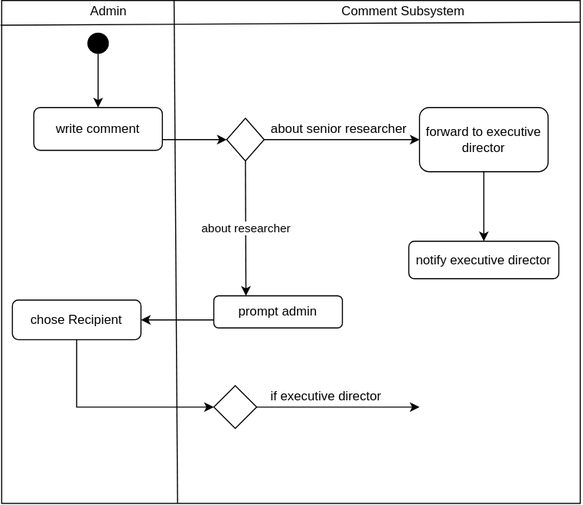
The draw.io diagram Admin_Commenting.svg in samuelpilusa365/myRepo, before a commit. Source tidied: cells renumbered, new cells last; positions are measured from the earlier drawing's top-left corner, leaving out a move shared by most shapes.
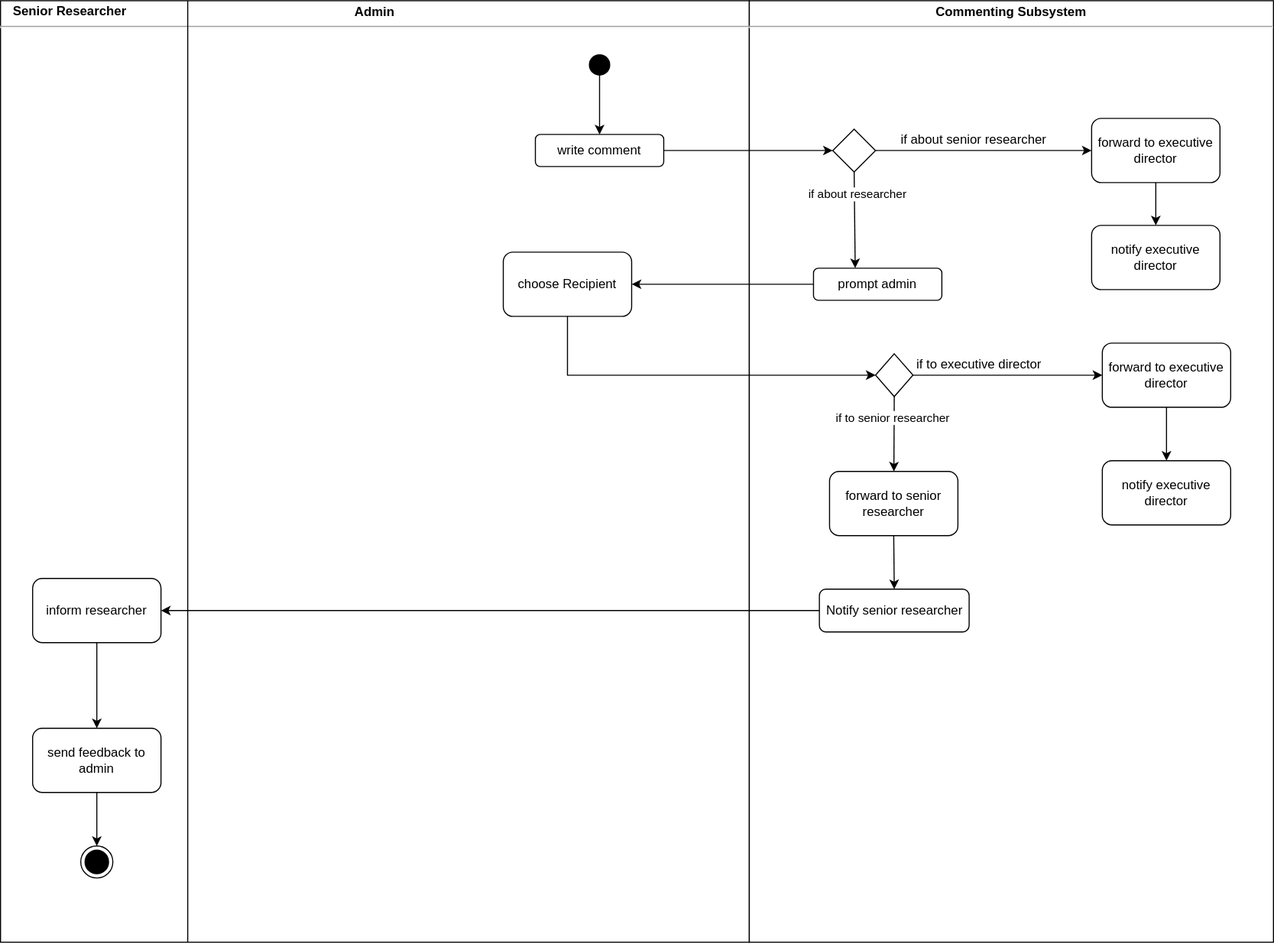
Later version of the same file.

What changed in the source:
```diff
@@ -2,83 +2,120 @@
   <root>
     <mxCell id="0" />
     <mxCell id="1" parent="0" />
-    <mxCell id="2" style="rounded=0;whiteSpace=wrap;html=1;" parent="1" vertex="1">
-      <mxGeometry width="540" height="470" as="geometry" />
-    </mxCell>
-    <mxCell id="3" style="endArrow=none;html=1;entryX=1;entryY=0.043;entryDx=0;entryDy=0;entryPerimeter=0;exitX=-0.002;exitY=0.049;exitDx=0;exitDy=0;exitPerimeter=0;" parent="1" edge="1" source="2" target="2">
-      <mxGeometry relative="1" as="geometry" />
-    </mxCell>
-    <mxCell id="4" value="Admin" style="text;html=1;strokeColor=none;fillColor=none;align=center;verticalAlign=middle;whiteSpace=wrap;rounded=0;" parent="1" vertex="1">
-      <mxGeometry x="80" width="40" height="20" as="geometry" />
+    <mxCell id="4" value="&lt;p style=&quot;margin: 0px ; margin-top: 4px ; text-align: center&quot;&gt;&lt;b&gt;Admin&lt;/b&gt;&lt;/p&gt;&lt;hr&gt;&lt;p style=&quot;font-size: 10px ; margin: 0px ; text-align: center&quot;&gt;&lt;br&gt;&lt;/p&gt;" style="shape=rect;html=1;overflow=fill;whiteSpace=wrap;" parent="1" vertex="1">
+      <mxGeometry x="-460" y="490" width="700" height="880" as="geometry" />
     </mxCell>
-    <mxCell id="5" value="Comment Subsystem" style="text;html=1;strokeColor=none;fillColor=none;align=center;verticalAlign=middle;whiteSpace=wrap;rounded=0;" parent="1" vertex="1">
-      <mxGeometry x="290" width="170" height="20" as="geometry" />
-    </mxCell>
-    <mxCell id="6" style="ellipse;fillColor=#000000;strokeColor=none;" parent="1" vertex="1">
-      <mxGeometry x="80" y="30" width="20" height="20" as="geometry" />
-    </mxCell>
-    <mxCell id="7" style="rounded=1;whiteSpace=wrap;html=1;" parent="1" vertex="1">
-      <mxGeometry x="30" y="100" width="120" height="40" as="geometry" />
-    </mxCell>
+    <mxCell id="26" value="&lt;p style=&quot;margin: 0px ; margin-top: 4px ; text-align: center&quot;&gt;&lt;b&gt;Commenting Subsystem&lt;/b&gt;&lt;/p&gt;&lt;hr&gt;&lt;p style=&quot;font-size: 10px ; margin: 0px ; text-align: center&quot;&gt;&lt;br&gt;&lt;/p&gt;" style="shape=rect;html=1;overflow=fill;whiteSpace=wrap;" parent="1" vertex="1">
+      <mxGeometry x="240" y="490" width="490" height="880" as="geometry" />
+    </mxCell>
+    <mxCell id="27" style="ellipse;fillColor=#000000;strokeColor=none;" parent="1" vertex="1">
+      <mxGeometry x="90" y="540" width="20" height="20" as="geometry" />
+    </mxCell>
+    <mxCell id="28" style="endArrow=classic;html=1;entryX=0.5;entryY=0;entryDx=0;entryDy=0;exitX=0.5;exitY=0.5;exitDx=0;exitDy=0;exitPerimeter=0;" parent="1" edge="1" source="27" target="8">
+      <mxGeometry relative="1" as="geometry" />
+    </mxCell>
-    <mxCell id="8" value="write comment" style="text;html=1;strokeColor=none;fillColor=none;align=center;verticalAlign=middle;whiteSpace=wrap;rounded=0;" parent="1" vertex="1">
-      <mxGeometry x="30" y="110" width="120" height="20" as="geometry" />
+    <mxCell id="8" value="write comment" style="rounded=1;whiteSpace=wrap;html=1;" parent="1" vertex="1">
+      <mxGeometry x="40" y="615" width="120" height="30" as="geometry" />
     </mxCell>
-    <mxCell id="9" style="rhombus;whiteSpace=wrap;html=1;" parent="1" vertex="1">
-      <mxGeometry x="210" y="110" width="35" height="40" as="geometry" />
-    </mxCell>
-    <mxCell id="10" style="endArrow=classic;html=1;exitX=0.5;exitY=1;exitDx=0;exitDy=0;entryX=0.5;entryY=0;entryDx=0;entryDy=0;" parent="1" edge="1" source="6" target="7">
-      <mxGeometry relative="1" as="geometry" />
-    </mxCell>
-    <mxCell id="11" style="endArrow=classic;html=1;entryX=0;entryY=0.5;entryDx=0;entryDy=0;exitX=1;exitY=1;exitDx=0;exitDy=0;" parent="1" edge="1" source="8" target="9">
-      <mxGeometry relative="1" as="geometry" />
-    </mxCell>
-    <mxCell id="12" style="endArrow=classic;html=1;exitX=1;exitY=0.5;exitDx=0;exitDy=0;entryX=0;entryY=0.5;entryDx=0;entryDy=0;" parent="1" edge="1" source="9" target="13">
-      <mxGeometry relative="1" as="geometry" />
-    </mxCell>
-    <mxCell id="13" value="forward to executive director" style="rounded=1;whiteSpace=wrap;html=1;" parent="1" vertex="1">
-      <mxGeometry x="390" y="100" width="120" height="60" as="geometry" />
-    </mxCell>
-    <mxCell id="14" value="about researcher" style="endArrow=classic;html=1;exitX=0.5;exitY=1;exitDx=0;exitDy=0;entryX=0.25;entryY=0;entryDx=0;entryDy=0;" parent="1" edge="1" source="9" target="15">
-      <mxGeometry relative="1" as="geometry" />
-    </mxCell>
+    <mxCell id="29" style="endArrow=classic;html=1;exitX=1;exitY=0.5;exitDx=0;exitDy=0;" parent="1" edge="1" source="8" target="31">
+      <mxGeometry relative="1" as="geometry" />
+    </mxCell>
+    <mxCell id="30" value="forward to executive director" style="rounded=1;whiteSpace=wrap;html=1;" parent="1" vertex="1">
+      <mxGeometry x="560" y="600" width="120" height="60" as="geometry" />
+    </mxCell>
+    <mxCell id="31" style="rhombus;whiteSpace=wrap;html=1;" parent="1" vertex="1">
+      <mxGeometry x="318" y="610" width="40" height="40" as="geometry" />
+    </mxCell>
+    <mxCell id="32" style="endArrow=classic;html=1;exitX=1;exitY=0.5;exitDx=0;exitDy=0;entryX=0;entryY=0.5;entryDx=0;entryDy=0;" parent="1" edge="1" source="31" target="30">
+      <mxGeometry relative="1" as="geometry" />
+    </mxCell>
+    <mxCell id="33" value="if about senior researcher" style="text;html=1;strokeColor=none;fillColor=none;align=center;verticalAlign=middle;whiteSpace=wrap;rounded=0;" parent="1" vertex="1">
+      <mxGeometry x="355" y="610" width="190" height="20" as="geometry" />
+    </mxCell>
+    <mxCell id="34" style="endArrow=classic;html=1;exitX=0.5;exitY=1;exitDx=0;exitDy=0;entryX=0.325;entryY=0;entryDx=0;entryDy=0;entryPerimeter=0;" parent="1" edge="1" source="31" target="15">
+      <mxGeometry relative="1" as="geometry" />
+    </mxCell>
+    <mxCell id="35" value="if about researcher" style="edgeLabel;html=1;align=center;verticalAlign=middle;" parent="34" vertex="1">
+      <mxGeometry x="-0.53" y="2" relative="1" as="geometry" />
+    </mxCell>
     <mxCell id="15" value="prompt admin" style="rounded=1;whiteSpace=wrap;html=1;" parent="1" vertex="1">
-      <mxGeometry x="198" y="276" width="120" height="30" as="geometry" />
+      <mxGeometry x="300" y="740" width="120" height="30" as="geometry" />
     </mxCell>
-    <mxCell id="16" value="about senior researcher" style="text;html=1;strokeColor=none;fillColor=none;align=center;verticalAlign=middle;whiteSpace=wrap;rounded=0;" parent="1" vertex="1">
-      <mxGeometry x="240" y="110" width="150" height="20" as="geometry" />
-    </mxCell>
-    <mxCell id="17" value="notify executive director" style="rounded=1;whiteSpace=wrap;html=1;" parent="1" vertex="1">
-      <mxGeometry x="380" y="225" width="140" height="35" as="geometry" />
-    </mxCell>
-    <mxCell id="18" style="endArrow=classic;html=1;exitX=0.5;exitY=1;exitDx=0;exitDy=0;entryX=0.5;entryY=0;entryDx=0;entryDy=0;" parent="1" edge="1" source="13" target="17">
-      <mxGeometry relative="1" as="geometry" />
-    </mxCell>
-    <mxCell id="19" value="chose Recipient" style="rounded=1;whiteSpace=wrap;html=1;" parent="1" vertex="1">
-      <mxGeometry x="10" y="280" width="120" height="37" as="geometry" />
-    </mxCell>
-    <mxCell id="20" style="endArrow=none;html=1;entryX=0.298;entryY=0;entryDx=0;entryDy=0;entryPerimeter=0;exitX=0.304;exitY=1;exitDx=0;exitDy=0;exitPerimeter=0;" parent="1" edge="1" source="2" target="2">
-      <mxGeometry relative="1" as="geometry" />
-    </mxCell>
-    <mxCell id="21" style="endArrow=classic;html=1;exitX=0;exitY=0.75;exitDx=0;exitDy=0;entryX=1;entryY=0.5;entryDx=0;entryDy=0;" parent="1" edge="1" source="15" target="19">
-      <mxGeometry relative="1" as="geometry" />
-    </mxCell>
-    <mxCell id="22" style="endArrow=classic;html=1;exitX=0.5;exitY=1;exitDx=0;exitDy=0;entryX=0;entryY=0.5;entryDx=0;entryDy=0;rounded=0;" parent="1" edge="1" source="19" target="23">
-      <mxGeometry relative="1" as="geometry">
-        <Array as="points">
-          <mxPoint x="70" y="380" />
-        </Array>
-      </mxGeometry>
-    </mxCell>
-    <mxCell id="23" style="rhombus;whiteSpace=wrap;html=1;" parent="1" vertex="1">
-      <mxGeometry x="198" y="360" width="40" height="40" as="geometry" />
-    </mxCell>
-    <mxCell id="24" style="endArrow=classic;html=1;exitX=1;exitY=0.5;exitDx=0;exitDy=0;" parent="1" edge="1" source="23">
-      <mxGeometry relative="1" as="geometry">
-        <mxPoint x="390" y="380" as="targetPoint" />
-      </mxGeometry>
-    </mxCell>
-    <mxCell id="25" value="if executive director" style="text;html=1;strokeColor=none;fillColor=none;align=center;verticalAlign=middle;whiteSpace=wrap;rounded=0;" parent="1" vertex="1">
-      <mxGeometry x="238" y="360" width="130" height="20" as="geometry" />
-    </mxCell>
+    <mxCell id="36" value="notify executive director" style="rounded=1;whiteSpace=wrap;html=1;" parent="1" vertex="1">
+      <mxGeometry x="560" y="700" width="120" height="60" as="geometry" />
+    </mxCell>
+    <mxCell id="37" style="endArrow=classic;html=1;exitX=0.5;exitY=1;exitDx=0;exitDy=0;entryX=0.5;entryY=0;entryDx=0;entryDy=0;" parent="1" edge="1" source="30" target="36">
+      <mxGeometry relative="1" as="geometry" />
+    </mxCell>
+    <mxCell id="38" style="endArrow=classic;html=1;exitX=0;exitY=0.5;exitDx=0;exitDy=0;entryX=1;entryY=0.5;entryDx=0;entryDy=0;" parent="1" edge="1" source="15" target="39">
+      <mxGeometry relative="1" as="geometry" />
+    </mxCell>
+    <mxCell id="39" value="choose Recipient" style="rounded=1;whiteSpace=wrap;html=1;" parent="1" vertex="1">
+      <mxGeometry x="10" y="725" width="120" height="60" as="geometry" />
+    </mxCell>
+    <mxCell id="40" style="endArrow=classic;html=1;exitX=0.5;exitY=1;exitDx=0;exitDy=0;entryX=0;entryY=0.5;entryDx=0;entryDy=0;rounded=0;" parent="1" edge="1" source="39" target="41">
+      <mxGeometry relative="1" as="geometry">
+        <Array as="points">
+          <mxPoint x="70" y="840" />
+        </Array>
+      </mxGeometry>
+    </mxCell>
+    <mxCell id="41" style="rhombus;whiteSpace=wrap;html=1;" parent="1" vertex="1">
+      <mxGeometry x="358" y="820" width="35" height="40" as="geometry" />
+    </mxCell>
+    <mxCell id="42" style="endArrow=classic;html=1;exitX=1;exitY=0.5;exitDx=0;exitDy=0;entryX=0;entryY=0.5;entryDx=0;entryDy=0;" parent="1" edge="1" source="41" target="44">
+      <mxGeometry relative="1" as="geometry" />
+    </mxCell>
+    <mxCell id="43" value="if to executive director" style="text;html=1;strokeColor=none;fillColor=none;align=center;verticalAlign=middle;whiteSpace=wrap;rounded=0;" parent="1" vertex="1">
+      <mxGeometry x="380" y="820" width="150" height="20" as="geometry" />
+    </mxCell>
+    <mxCell id="44" value="forward to executive director" style="rounded=1;whiteSpace=wrap;html=1;" parent="1" vertex="1">
+      <mxGeometry x="570" y="810" width="120" height="60" as="geometry" />
+    </mxCell>
+    <mxCell id="45" style="endArrow=classic;html=1;exitX=0.5;exitY=1;exitDx=0;exitDy=0;" parent="1" edge="1" source="41" target="47">
+      <mxGeometry relative="1" as="geometry" />
+    </mxCell>
+    <mxCell id="46" value="if to senior researcher" style="edgeLabel;html=1;align=center;verticalAlign=middle;" parent="45" vertex="1">
+      <mxGeometry x="-0.42" y="-2" relative="1" as="geometry" />
+    </mxCell>
+    <mxCell id="47" value="forward to senior researcher" style="rounded=1;whiteSpace=wrap;html=1;" parent="1" vertex="1">
+      <mxGeometry x="315" y="930" width="120" height="60" as="geometry" />
+    </mxCell>
+    <mxCell id="48" value="notify executive director" style="rounded=1;whiteSpace=wrap;html=1;" parent="1" vertex="1">
+      <mxGeometry x="570" y="920" width="120" height="60" as="geometry" />
+    </mxCell>
+    <mxCell id="49" style="endArrow=classic;html=1;exitX=0.5;exitY=1;exitDx=0;exitDy=0;entryX=0.5;entryY=0;entryDx=0;entryDy=0;" parent="1" edge="1" source="44" target="48">
+      <mxGeometry relative="1" as="geometry" />
+    </mxCell>
+    <mxCell id="50" value="Notify senior researcher" style="rounded=1;whiteSpace=wrap;html=1;" parent="1" vertex="1">
+      <mxGeometry x="305.5" y="1040" width="140" height="40" as="geometry" />
+    </mxCell>
+    <mxCell id="51" style="endArrow=classic;html=1;exitX=0.5;exitY=1;exitDx=0;exitDy=0;entryX=0.5;entryY=0;entryDx=0;entryDy=0;" parent="1" edge="1" source="47" target="50">
+      <mxGeometry relative="1" as="geometry" />
+    </mxCell>
+    <mxCell id="52" style="endArrow=none;html=1;exitX=0.25;exitY=1;exitDx=0;exitDy=0;entryX=0.25;entryY=0;entryDx=0;entryDy=0;" parent="1" edge="1" source="4" target="4">
+      <mxGeometry relative="1" as="geometry" />
+    </mxCell>
+    <mxCell id="53" value="&lt;b&gt;Senior Researcher&lt;/b&gt;" style="text;html=1;strokeColor=none;fillColor=none;align=center;verticalAlign=middle;whiteSpace=wrap;rounded=0;" parent="1" vertex="1">
+      <mxGeometry x="-460" y="490" width="130" height="20" as="geometry" />
+    </mxCell>
+    <mxCell id="54" value="inform researcher" style="rounded=1;whiteSpace=wrap;html=1;" parent="1" vertex="1">
+      <mxGeometry x="-430" y="1030" width="120" height="60" as="geometry" />
+    </mxCell>
+    <mxCell id="55" value="send feedback to admin" style="rounded=1;whiteSpace=wrap;html=1;" parent="1" vertex="1">
+      <mxGeometry x="-430" y="1170" width="120" height="60" as="geometry" />
+    </mxCell>
+    <mxCell id="56" style="endArrow=classic;html=1;exitX=0.5;exitY=1;exitDx=0;exitDy=0;entryX=0.5;entryY=0;entryDx=0;entryDy=0;" parent="1" edge="1" source="54" target="55">
+      <mxGeometry relative="1" as="geometry" />
+    </mxCell>
+    <mxCell id="57" style="endArrow=classic;html=1;entryX=1;entryY=0.5;entryDx=0;entryDy=0;exitX=0;exitY=0.5;exitDx=0;exitDy=0;" parent="1" edge="1" source="50" target="54">
+      <mxGeometry relative="1" as="geometry" />
+    </mxCell>
+    <mxCell id="58" style="ellipse;html=1;shape=endState;fillColor=#000000;strokeColor=#000000;" parent="1" vertex="1">
+      <mxGeometry x="-385" y="1280" width="30" height="30" as="geometry" />
+    </mxCell>
+    <mxCell id="59" style="endArrow=classic;html=1;exitX=0.5;exitY=1;exitDx=0;exitDy=0;entryX=0.5;entryY=0;entryDx=0;entryDy=0;" parent="1" edge="1" source="55" target="58">
+      <mxGeometry relative="1" as="geometry" />
+    </mxCell>
   </root>
 </mxGraphModel>
```
